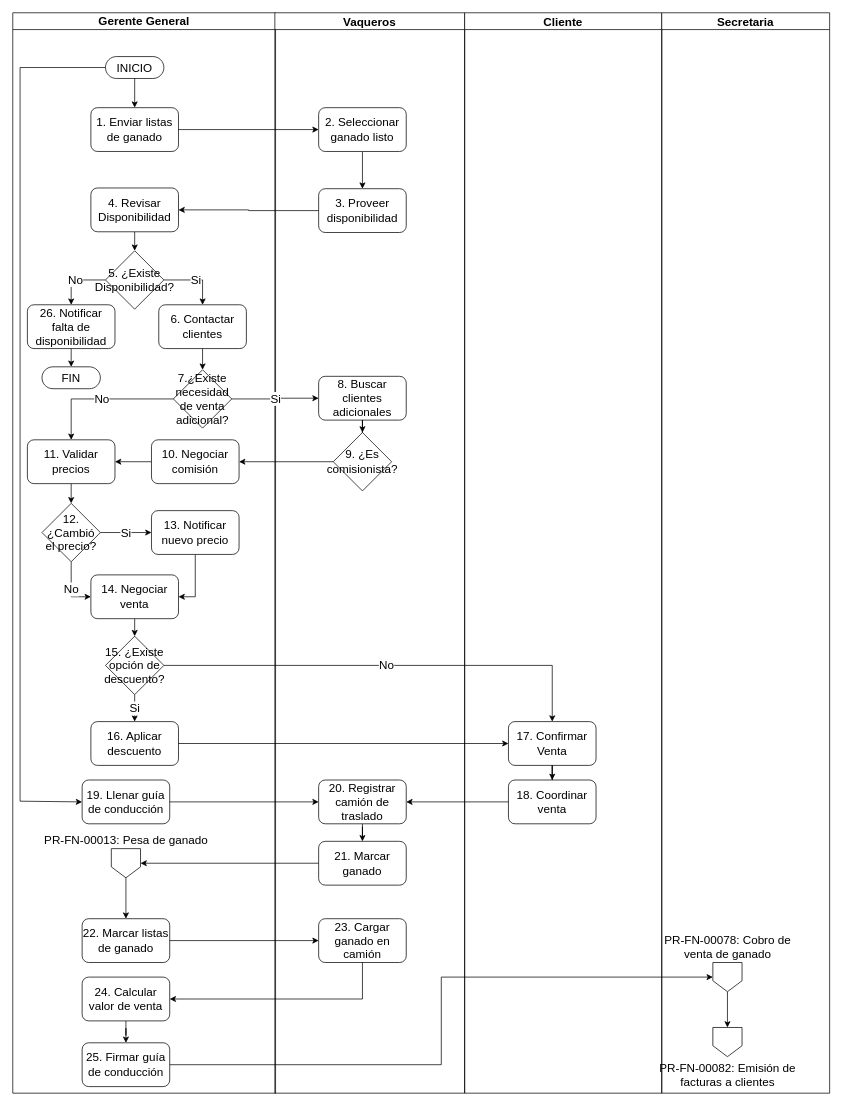
This is page "PR-FN-00068 - Venta de ganado" (5 of 5) of FSJB.drawio from prtigofn/Dev2.0, a draw.io file, before an edit. Source tidied: cells renumbered, new cells numbered last; positions are measured from the earlier drawing's top-left corner, leaving out a move shared by most shapes. Both pictures are drawn from the tidied source at 73%, with x=0, y=0 at pixel (12, 12).
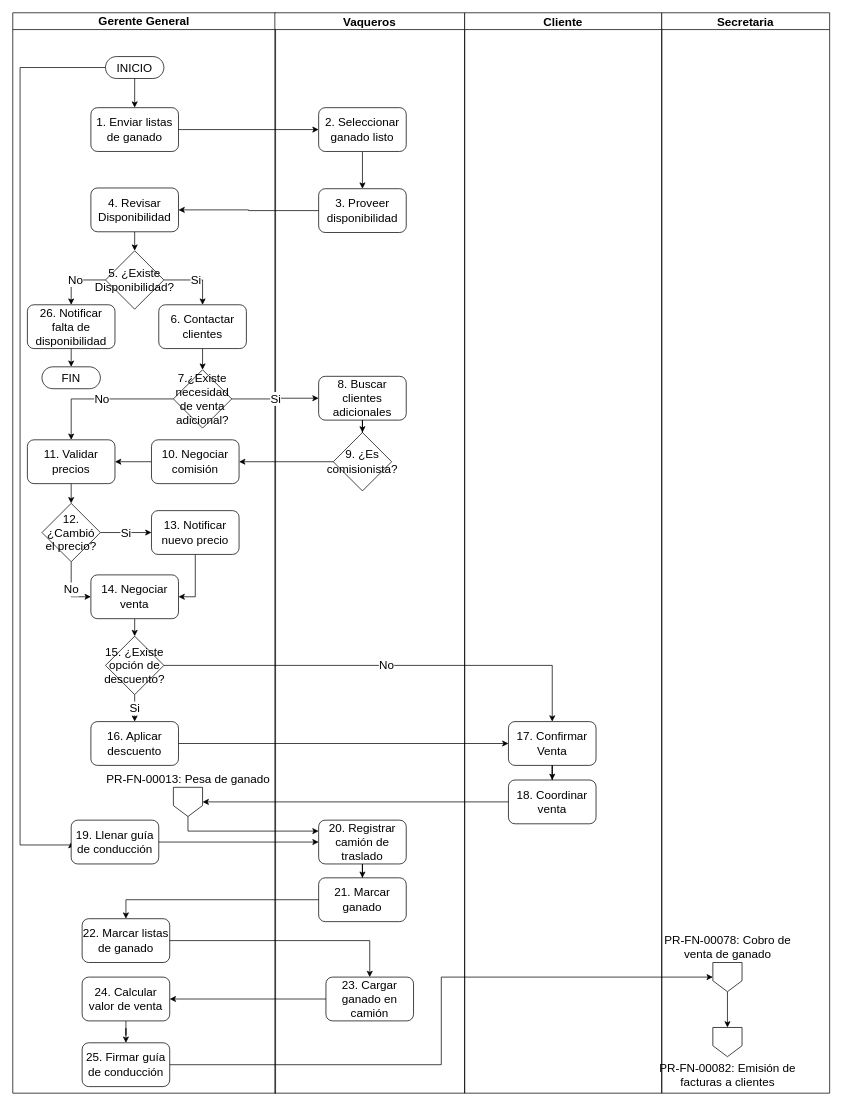
The same page after the edit.

The change refers to these unchanged cells:
```xml
<mxCell id="2" value="Gerente General" style="swimlane;whiteSpace=wrap;html=1;fontSize=16;verticalAlign=bottom;horizontal=1;" parent="1" vertex="1">
  <mxGeometry width="360" height="1480" as="geometry" />
</mxCell>
<mxCell id="4" value="INICIO" style="html=1;dashed=0;whiteSpace=wrap;shape=mxgraph.dfd.start;fontSize=16;" parent="2" vertex="1">
  <mxGeometry x="127" y="60" width="80" height="30" as="geometry" />
</mxCell>
<mxCell id="33" value="22. Marcar listas de ganado" style="rounded=1;whiteSpace=wrap;html=1;fontSize=16;" parent="2" vertex="1">
  <mxGeometry x="95" y="1241" width="120" height="60" as="geometry" />
</mxCell>
<mxCell id="35" value="24. Calcular valor de venta" style="rounded=1;whiteSpace=wrap;html=1;fontSize=16;" parent="2" vertex="1">
  <mxGeometry x="95" y="1321" width="120" height="60" as="geometry" />
</mxCell>
<mxCell id="36" value="25. Firmar guía de conducción" style="rounded=1;whiteSpace=wrap;html=1;fontSize=16;" parent="2" vertex="1">
  <mxGeometry x="95" y="1411" width="120" height="60" as="geometry" />
</mxCell>
<mxCell id="40" value="Vaqueros" style="swimlane;whiteSpace=wrap;html=1;fontSize=16;" parent="1" vertex="1">
  <mxGeometry x="359" width="260" height="1480" as="geometry" />
</mxCell>
<mxCell id="49" value="18. Coordinar venta" style="rounded=1;whiteSpace=wrap;html=1;fontSize=16;" parent="40" vertex="1">
  <mxGeometry x="320" y="1051" width="120" height="60" as="geometry" />
</mxCell>
<mxCell id="58" value="&lt;span style=&quot;font-size: 16px;&quot; lang=&quot;ES-TRAD&quot;&gt;PR-FN-00078: Cobro de&lt;br style=&quot;font-size: 16px;&quot;&gt;venta de ganado&lt;/span&gt;" style="shape=offPageConnector;html=1;fontSize=16;verticalAlign=bottom;horizontal=1;labelPosition=center;verticalLabelPosition=top;align=center;" parent="55" vertex="1">
  <mxGeometry x="70" y="1301" width="40" height="40" as="geometry" />
</mxCell>
```

Change to the diagram source:
```diff
@@
     <mxCell id="3" style="edgeStyle=orthogonalEdgeStyle;rounded=0;jettySize=auto;html=1;exitX=0;exitY=0.5;exitDx=0;exitDy=0;exitPerimeter=0;entryX=0;entryY=0.5;entryDx=0;entryDy=0;fontSize=16;" parent="2" edge="1" source="4" target="37">
       <mxGeometry relative="1" as="geometry">
         <Array as="points">
           <mxPoint x="10" y="75" />
-          <mxPoint x="10" y="1080" />
-          <mxPoint x="95" y="1080" />
+          <mxPoint x="10" y="1140" />
         </Array>
       </mxGeometry>
     </mxCell>
@@
     <mxCell id="37" value="19. Llenar guía de conducción" style="rounded=1;whiteSpace=wrap;html=1;fontSize=16;" parent="2" vertex="1">
-      <mxGeometry x="95" y="1051" width="120" height="60" as="geometry" />
+      <mxGeometry x="80" y="1106" width="120" height="60" as="geometry" />
     </mxCell>
     <mxCell id="38" value="PR-FN-00013: Pesa de ganado" style="shape=offPageConnector;fontSize=16;labelPosition=center;verticalLabelPosition=top;align=center;verticalAlign=bottom;html=1;" parent="2" vertex="1">
-      <mxGeometry x="135" y="1145" width="40" height="40" as="geometry" />
+      <mxGeometry x="220" y="1061" width="40" height="40" as="geometry" />
     </mxCell>
-    <mxCell id="39" style="edgeStyle=orthogonalEdgeStyle;rounded=0;jettySize=auto;html=1;exitX=0.5;exitY=1;exitDx=0;exitDy=0;entryX=0.5;entryY=0;entryDx=0;entryDy=0;fontSize=16;" parent="2" edge="1" source="38" target="33">
-      <mxGeometry relative="1" as="geometry" />
-    </mxCell>
@@
     <mxCell id="47" value="20. Registrar camión de traslado" style="rounded=1;whiteSpace=wrap;html=1;fontSize=16;" parent="40" vertex="1">
-      <mxGeometry x="60" y="1051" width="120" height="60" as="geometry" />
+      <mxGeometry x="60" y="1106" width="120" height="60" as="geometry" />
     </mxCell>
     <mxCell id="48" value="21. Marcar ganado" style="rounded=1;whiteSpace=wrap;html=1;fontSize=16;" parent="40" vertex="1">
-      <mxGeometry x="60" y="1135" width="120" height="60" as="geometry" />
+      <mxGeometry x="60" y="1185" width="120" height="60" as="geometry" />
     </mxCell>
@@
-    <mxCell id="50" style="edgeStyle=orthogonalEdgeStyle;rounded=0;jettySize=auto;html=1;fontSize=16;" parent="40" edge="1" source="49" target="47">
-      <mxGeometry relative="1" as="geometry" />
-    </mxCell>
     <mxCell id="51" value="23. Cargar ganado en camión" style="rounded=1;whiteSpace=wrap;html=1;fontSize=16;" parent="40" vertex="1">
-      <mxGeometry x="60" y="1241" width="120" height="60" as="geometry" />
+      <mxGeometry x="70" y="1321" width="120" height="60" as="geometry" />
     </mxCell>
@@
-    <mxCell id="67" style="edgeStyle=orthogonalEdgeStyle;rounded=0;jettySize=auto;html=1;entryX=1;entryY=0.5;entryDx=0;entryDy=0;exitX=0.5;exitY=1;exitDx=0;exitDy=0;fontSize=16;" parent="1" edge="1" source="51" target="35">
+    <mxCell id="67" style="edgeStyle=orthogonalEdgeStyle;rounded=0;jettySize=auto;html=1;entryX=1;entryY=0.5;entryDx=0;entryDy=0;exitX=0;exitY=0.5;exitDx=0;exitDy=0;fontSize=16;" parent="1" edge="1" source="51" target="35">
       <mxGeometry relative="1" as="geometry" />
     </mxCell>
+    <mxCell id="69" style="edgeStyle=orthogonalEdgeStyle;rounded=0;jettySize=auto;html=1;entryX=0;entryY=0.5;entryDx=0;entryDy=0;fontSize=16;" parent="1" edge="1" source="36" target="58">
+      <mxGeometry relative="1" as="geometry" />
+    </mxCell>
+    <mxCell id="71" style="edgeStyle=orthogonalEdgeStyle;rounded=0;jettySize=auto;html=1;exitX=0;exitY=0.5;exitDx=0;exitDy=0;entryX=1;entryY=0.5;entryDx=0;entryDy=0;" parent="1" edge="1" source="49" target="38">
+      <mxGeometry relative="1" as="geometry" />
+    </mxCell>
-    <mxCell id="68" style="edgeStyle=orthogonalEdgeStyle;rounded=0;jettySize=auto;html=1;exitX=1;exitY=0.5;exitDx=0;exitDy=0;entryX=0;entryY=0.5;entryDx=0;entryDy=0;fontSize=16;" parent="1" edge="1" source="37" target="47">
+    <mxCell id="68" style="edgeStyle=orthogonalEdgeStyle;rounded=0;jettySize=auto;html=1;exitX=1;exitY=0.5;exitDx=0;exitDy=0;entryX=0;entryY=0.5;entryDx=0;entryDy=0;" parent="1" edge="1" source="37" target="47">
       <mxGeometry relative="1" as="geometry" />
     </mxCell>
-    <mxCell id="69" style="edgeStyle=orthogonalEdgeStyle;rounded=0;jettySize=auto;html=1;entryX=0;entryY=0.5;entryDx=0;entryDy=0;fontSize=16;" parent="1" edge="1" source="36" target="58">
-      <mxGeometry relative="1" as="geometry" />
-    </mxCell>
-    <mxCell id="70" style="edgeStyle=orthogonalEdgeStyle;rounded=0;jettySize=auto;html=1;exitX=0;exitY=0.5;exitDx=0;exitDy=0;entryX=1;entryY=0.5;entryDx=0;entryDy=0;fontSize=16;" parent="1" edge="1" source="48" target="38">
-      <mxGeometry relative="1" as="geometry" />
-    </mxCell>
+    <mxCell id="72" style="edgeStyle=orthogonalEdgeStyle;rounded=0;jettySize=auto;html=1;exitX=0.5;exitY=1;exitDx=0;exitDy=0;entryX=0;entryY=0.25;entryDx=0;entryDy=0;" parent="1" edge="1" source="38" target="47">
+      <mxGeometry relative="1" as="geometry" />
+    </mxCell>
+    <mxCell id="73" style="edgeStyle=orthogonalEdgeStyle;rounded=0;jettySize=auto;html=1;exitX=0;exitY=0.5;exitDx=0;exitDy=0;entryX=0.5;entryY=0;entryDx=0;entryDy=0;" parent="1" edge="1" source="48" target="33">
+      <mxGeometry relative="1" as="geometry" />
+    </mxCell>
```
